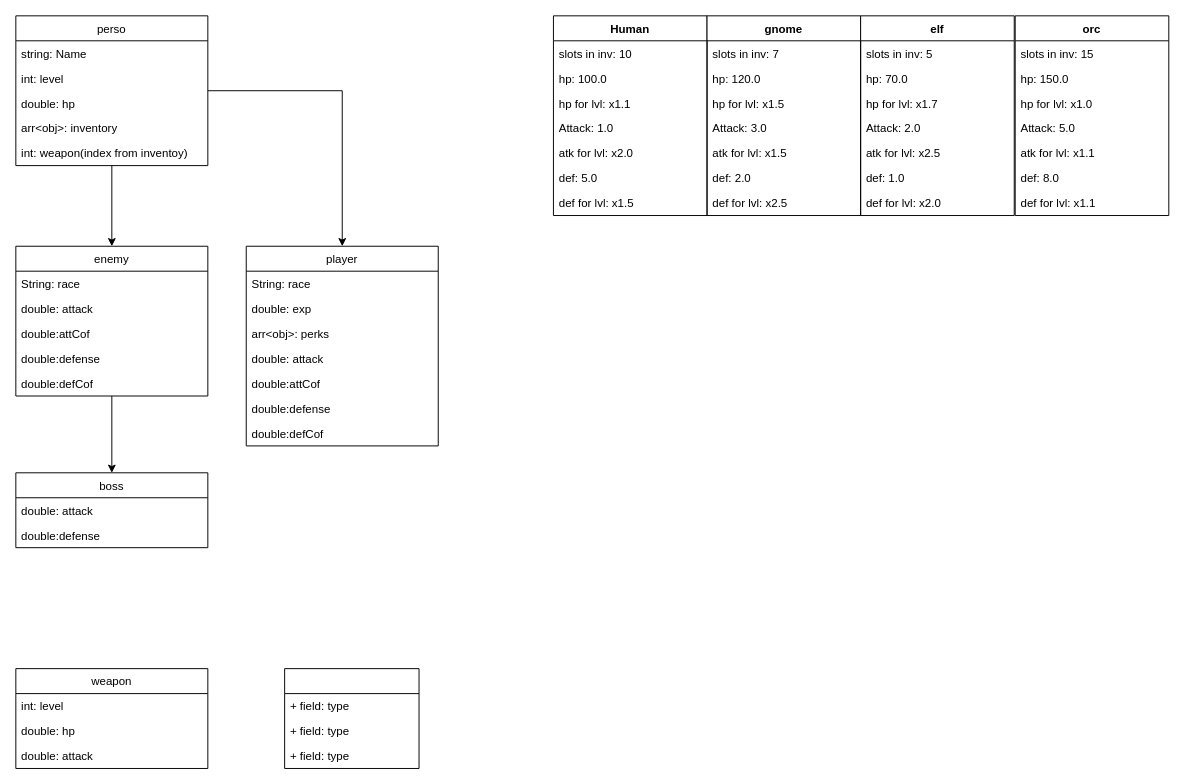
Above: src/Безіменний.drawio in vfedychkanych/MyPlayProj (draw.io), before the change. Source tidied: cells renumbered, new cells numbered last; positions are measured from the earlier drawing's top-left corner, leaving out a move shared by most shapes. Both pictures are drawn from the tidied source at 96%, with x=0, y=0 at pixel (15, 15).
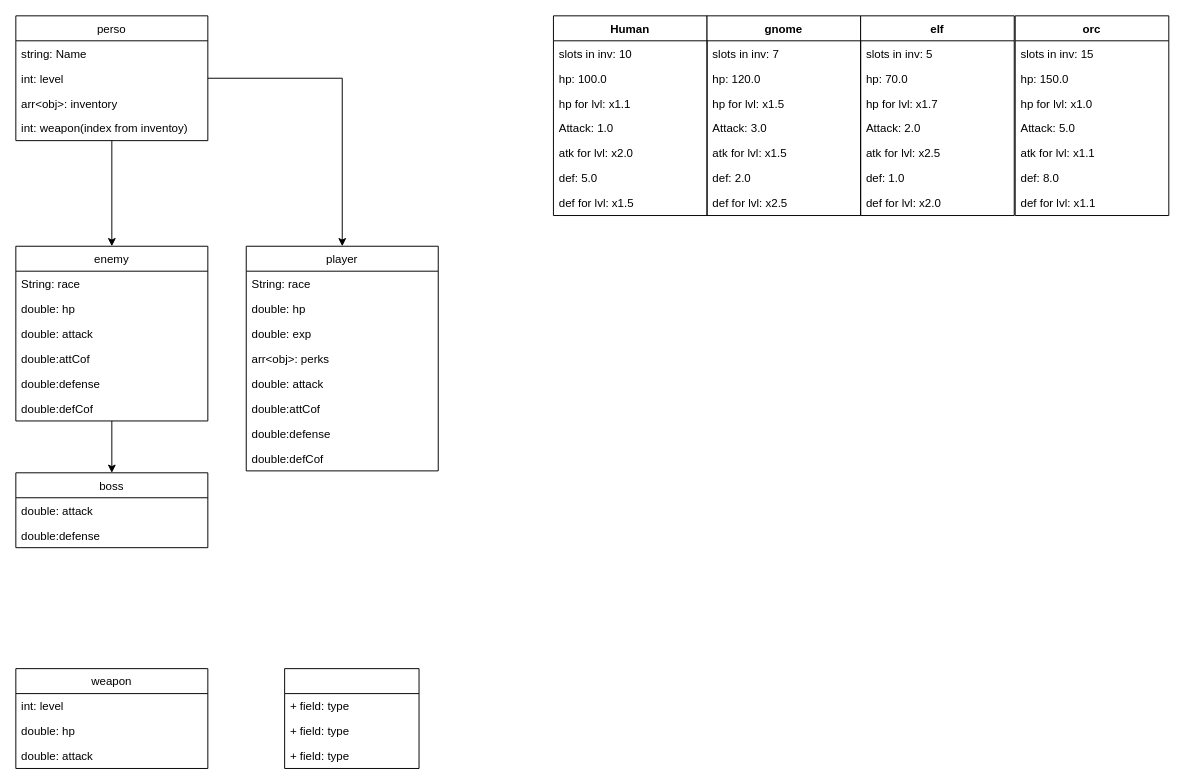
After the change.

The edit, as a diff of the source:
```diff
@@
     <mxCell id="5" value="perso" style="swimlane;fontStyle=0;horizontal=1;startSize=26;fillColor=none;" parent="1" vertex="1">
-      <mxGeometry width="200" height="156" as="geometry" />
+      <mxGeometry width="200" height="130" as="geometry" />
     </mxCell>
@@
-    <mxCell id="8" value="double: hp" style="text;strokeColor=none;fillColor=none;align=left;verticalAlign=top;spacingLeft=4;spacingRight=4;overflow=hidden;" parent="5" vertex="1">
-      <mxGeometry y="78" width="200" height="26" as="geometry" />
-    </mxCell>
     <mxCell id="9" value="arr&lt;obj&gt;: inventory" style="text;strokeColor=none;fillColor=none;align=left;verticalAlign=top;spacingLeft=4;spacingRight=4;overflow=hidden;" parent="5" vertex="1">
-      <mxGeometry y="104" width="200" height="26" as="geometry" />
+      <mxGeometry y="78" width="200" height="26" as="geometry" />
     </mxCell>
     <mxCell id="10" value="int: weapon(index from inventoy)" style="text;strokeColor=none;fillColor=none;align=left;verticalAlign=top;spacingLeft=4;spacingRight=4;overflow=hidden;" parent="5" vertex="1">
-      <mxGeometry y="130" width="200" height="26" as="geometry" />
+      <mxGeometry y="104" width="200" height="26" as="geometry" />
     </mxCell>
@@
     <mxCell id="12" value="enemy" style="swimlane;fontStyle=0;horizontal=1;startSize=26;fillColor=none;" parent="1" vertex="1">
-      <mxGeometry y="240" width="200" height="156" as="geometry" />
+      <mxGeometry y="240" width="200" height="182" as="geometry" />
     </mxCell>
@@
+    <mxCell id="8" value="double: hp" style="text;strokeColor=none;fillColor=none;align=left;verticalAlign=top;spacingLeft=4;spacingRight=4;overflow=hidden;" parent="12" vertex="1">
+      <mxGeometry y="52" width="200" height="26" as="geometry" />
+    </mxCell>
     <mxCell id="14" value="double: attack" style="text;strokeColor=none;fillColor=none;align=left;verticalAlign=top;spacingLeft=4;spacingRight=4;overflow=hidden;" parent="12" vertex="1">
-      <mxGeometry y="52" width="200" height="26" as="geometry" />
+      <mxGeometry y="78" width="200" height="26" as="geometry" />
     </mxCell>
     <mxCell id="15" value="double:attCof" style="text;strokeColor=none;fillColor=none;align=left;verticalAlign=top;spacingLeft=4;spacingRight=4;overflow=hidden;" parent="12" vertex="1">
-      <mxGeometry y="78" width="200" height="26" as="geometry" />
+      <mxGeometry y="104" width="200" height="26" as="geometry" />
     </mxCell>
     <mxCell id="16" value="double:defense" style="text;strokeColor=none;fillColor=none;align=left;verticalAlign=top;spacingLeft=4;spacingRight=4;overflow=hidden;" parent="12" vertex="1">
-      <mxGeometry y="104" width="200" height="26" as="geometry" />
+      <mxGeometry y="130" width="200" height="26" as="geometry" />
     </mxCell>
     <mxCell id="17" value="double:defCof" style="text;strokeColor=none;fillColor=none;align=left;verticalAlign=top;spacingLeft=4;spacingRight=4;overflow=hidden;" parent="12" vertex="1">
-      <mxGeometry y="130" width="200" height="26" as="geometry" />
+      <mxGeometry y="156" width="200" height="26" as="geometry" />
     </mxCell>
     <mxCell id="18" value="player" style="swimlane;fontStyle=0;horizontal=1;startSize=26;fillColor=none;" parent="1" vertex="1">
-      <mxGeometry x="240" y="240" width="200" height="208" as="geometry" />
+      <mxGeometry x="240" y="240" width="200" height="234" as="geometry" />
     </mxCell>
@@
+    <mxCell id="69" value="double: hp" style="text;strokeColor=none;fillColor=none;align=left;verticalAlign=top;spacingLeft=4;spacingRight=4;overflow=hidden;" parent="18" vertex="1">
+      <mxGeometry y="52" width="200" height="26" as="geometry" />
+    </mxCell>
     <mxCell id="20" value="double: exp" style="text;strokeColor=none;fillColor=none;align=left;verticalAlign=top;spacingLeft=4;spacingRight=4;overflow=hidden;" parent="18" vertex="1">
-      <mxGeometry y="52" width="200" height="26" as="geometry" />
+      <mxGeometry y="78" width="200" height="26" as="geometry" />
     </mxCell>
     <mxCell id="21" value="arr&lt;obj&gt;: perks" style="text;strokeColor=none;fillColor=none;align=left;verticalAlign=top;spacingLeft=4;spacingRight=4;overflow=hidden;" parent="18" vertex="1">
-      <mxGeometry y="78" width="200" height="26" as="geometry" />
+      <mxGeometry y="104" width="200" height="26" as="geometry" />
     </mxCell>
     <mxCell id="22" value="double: attack" style="text;strokeColor=none;fillColor=none;align=left;verticalAlign=top;spacingLeft=4;spacingRight=4;overflow=hidden;" parent="18" vertex="1">
-      <mxGeometry y="104" width="200" height="26" as="geometry" />
+      <mxGeometry y="130" width="200" height="26" as="geometry" />
     </mxCell>
     <mxCell id="23" value="double:attCof" style="text;strokeColor=none;fillColor=none;align=left;verticalAlign=top;spacingLeft=4;spacingRight=4;overflow=hidden;" parent="18" vertex="1">
-      <mxGeometry y="130" width="200" height="26" as="geometry" />
+      <mxGeometry y="156" width="200" height="26" as="geometry" />
     </mxCell>
     <mxCell id="24" value="double:defense" style="text;strokeColor=none;fillColor=none;align=left;verticalAlign=top;spacingLeft=4;spacingRight=4;overflow=hidden;" parent="18" vertex="1">
-      <mxGeometry y="156" width="200" height="26" as="geometry" />
+      <mxGeometry y="182" width="200" height="26" as="geometry" />
     </mxCell>
     <mxCell id="25" value="double:defCof" style="text;strokeColor=none;fillColor=none;align=left;verticalAlign=top;spacingLeft=4;spacingRight=4;overflow=hidden;" parent="18" vertex="1">
-      <mxGeometry y="182" width="200" height="26" as="geometry" />
+      <mxGeometry y="208" width="200" height="26" as="geometry" />
     </mxCell>
```
